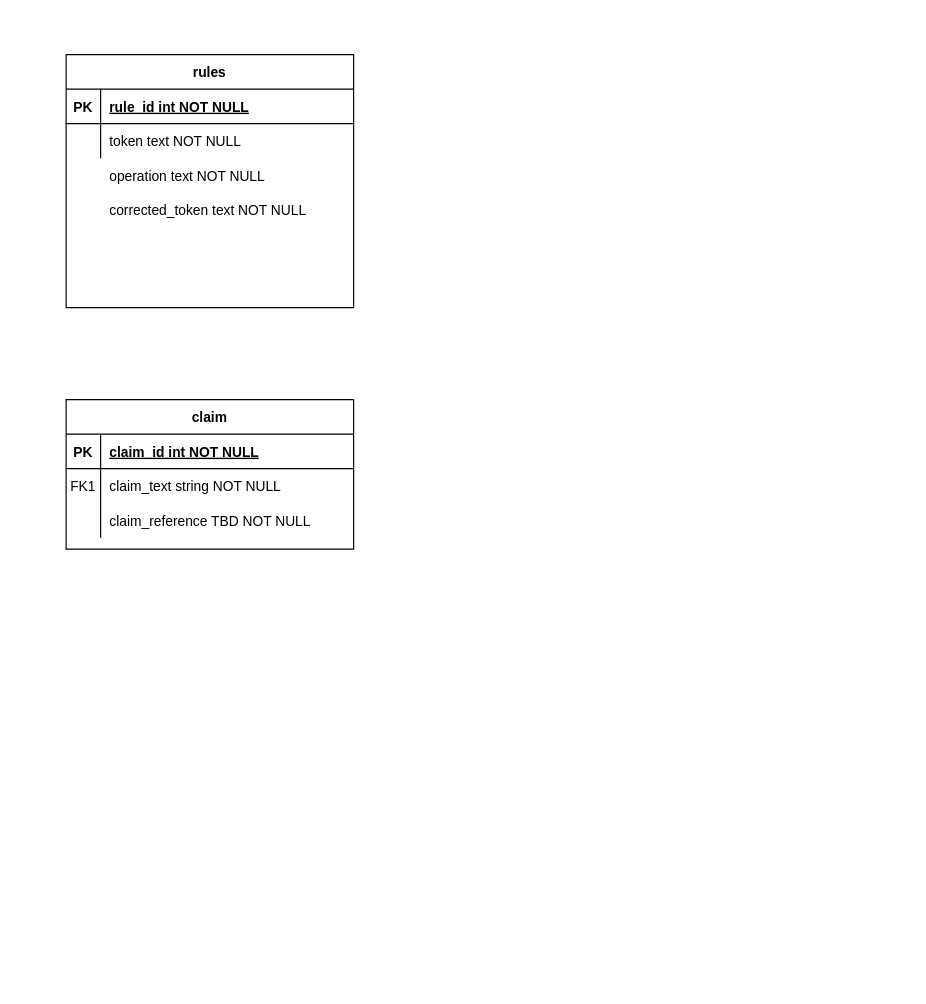
The draw.io diagram Untitled Diagram.drawio in jcraigobd/erd, before the edit. Source tidied: cells renumbered, new cells numbered last; positions are measured from the earlier drawing's top-left corner, leaving out a move shared by most shapes. Both pictures are drawn from the tidied source at 115%, with x=0, y=0 at pixel (66, 54).
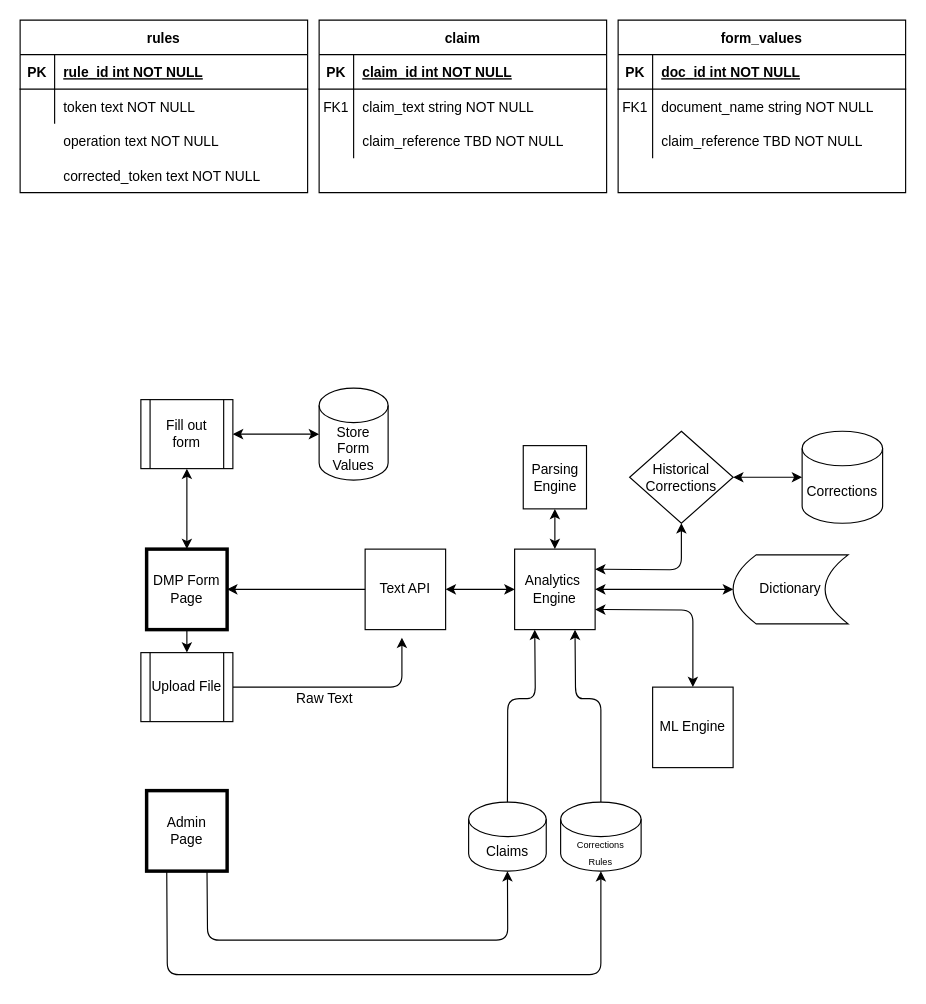
After the change.

The edit, as a diff of the source:
```diff
@@
     <mxCell id="2" value="claim" style="shape=table;startSize=30;childLayout=tableLayout;rowLines=0;fontStyle=1;align=center;" parent="1" vertex="1">
-      <mxGeometry y="300" width="250" height="130" as="geometry" />
+      <mxGeometry x="220" y="-30" width="250" height="150" as="geometry" />
     </mxCell>
@@
     <mxCell id="12" style="group;" parent="1" vertex="1">
-      <mxGeometry width="250" height="220" as="geometry" />
+      <mxGeometry x="-40" y="-30" width="250" height="220" as="geometry" />
     </mxCell>
     <mxCell id="13" value="rules" style="shape=table;startSize=30;childLayout=tableLayout;rowLines=0;fontStyle=1;align=center;" parent="12" vertex="1">
-      <mxGeometry width="250" height="220" as="geometry" />
+      <mxGeometry width="250" height="150" as="geometry" />
     </mxCell>
@@
+    <mxCell id="22" value="DMP Form Page" style="whiteSpace=wrap;html=1;strokeWidth=3;" parent="1" vertex="1">
+      <mxGeometry x="70" y="430" width="70" height="70" as="geometry" />
+    </mxCell>
+    <mxCell id="23" style="endArrow=classic;startArrow=classic;html=1;exitX=1;exitY=0.5;exitDx=0;exitDy=0;entryX=0;entryY=0.5;entryDx=0;entryDy=0;entryPerimeter=0;" parent="1" edge="1" source="41" target="24">
+      <mxGeometry relative="1" as="geometry" />
+    </mxCell>
+    <mxCell id="24" value="Store Form Values" style="shape=cylinder3;whiteSpace=wrap;html=1;boundedLbl=1;backgroundOutline=1;size=15;" parent="1" vertex="1">
+      <mxGeometry x="220" y="290" width="60" height="80" as="geometry" />
+    </mxCell>
+    <mxCell id="25" value="Admin&lt;br&gt;Page" style="whiteSpace=wrap;html=1;strokeWidth=3;" parent="1" vertex="1">
+      <mxGeometry x="70" y="640" width="70" height="70" as="geometry" />
+    </mxCell>
+    <mxCell id="26" value="&lt;font style=&quot;font-size: 8px&quot;&gt;Corrections&lt;br&gt;Rules&lt;/font&gt;" style="shape=cylinder3;whiteSpace=wrap;html=1;boundedLbl=1;backgroundOutline=1;size=15;" parent="1" vertex="1">
+      <mxGeometry x="430" y="650" width="70" height="60" as="geometry" />
+    </mxCell>
+    <mxCell id="27" style="endArrow=classic;html=1;exitX=1;exitY=0.5;exitDx=0;exitDy=0;entryX=0.457;entryY=1.1;entryDx=0;entryDy=0;entryPerimeter=0;" parent="1" edge="1" source="29" target="31">
+      <mxGeometry relative="1" as="geometry">
+        <Array as="points">
+          <mxPoint x="292" y="550" />
+        </Array>
+      </mxGeometry>
+    </mxCell>
+    <mxCell id="28" value="Dictionary" style="shape=dataStorage;whiteSpace=wrap;html=1;fixedSize=1;" parent="1" vertex="1">
+      <mxGeometry x="580" y="435" width="100" height="60" as="geometry" />
+    </mxCell>
+    <mxCell id="29" value="Upload File" style="shape=process;whiteSpace=wrap;html=1;backgroundOutline=1;" parent="1" vertex="1">
+      <mxGeometry x="65" y="520" width="80" height="60" as="geometry" />
+    </mxCell>
+    <mxCell id="30" value="Analytics&amp;nbsp;&lt;br&gt;Engine" style="whiteSpace=wrap;html=1;" parent="1" vertex="1">
+      <mxGeometry x="390" y="430" width="70" height="70" as="geometry" />
+    </mxCell>
+    <mxCell id="31" value="Text API" style="whiteSpace=wrap;html=1;" parent="1" vertex="1">
+      <mxGeometry x="260" y="430" width="70" height="70" as="geometry" />
+    </mxCell>
+    <mxCell id="32" value="Parsing&lt;br&gt;Engine" style="whiteSpace=wrap;html=1;" parent="1" vertex="1">
+      <mxGeometry x="397.5" y="340" width="55" height="55" as="geometry" />
+    </mxCell>
+    <mxCell id="33" style="endArrow=classic;startArrow=classic;html=1;entryX=0.5;entryY=1;entryDx=0;entryDy=0;exitX=0.5;exitY=0;exitDx=0;exitDy=0;" parent="1" edge="1" source="30" target="32">
+      <mxGeometry relative="1" as="geometry" />
+    </mxCell>
+    <mxCell id="34" style="endArrow=classic;html=1;exitX=0.5;exitY=0;exitDx=0;exitDy=0;exitPerimeter=0;entryX=0.75;entryY=1;entryDx=0;entryDy=0;" parent="1" edge="1" source="26" target="30">
+      <mxGeometry relative="1" as="geometry">
+        <Array as="points">
+          <mxPoint x="465" y="560" />
+          <mxPoint x="443" y="560" />
+        </Array>
+      </mxGeometry>
+    </mxCell>
+    <mxCell id="35" style="endArrow=classic;startArrow=classic;html=1;exitX=1;exitY=0.5;exitDx=0;exitDy=0;entryX=0;entryY=0.5;entryDx=0;entryDy=0;" parent="1" edge="1" source="30" target="28">
+      <mxGeometry relative="1" as="geometry" />
+    </mxCell>
+    <mxCell id="36" value="Corrections" style="shape=cylinder3;whiteSpace=wrap;html=1;boundedLbl=1;backgroundOutline=1;size=15;" parent="1" vertex="1">
+      <mxGeometry x="640" y="327.5" width="70" height="80" as="geometry" />
+    </mxCell>
+    <mxCell id="37" value="Historical&lt;br&gt;Corrections" style="rhombus;whiteSpace=wrap;html=1;" parent="1" vertex="1">
+      <mxGeometry x="490" y="327.5" width="90" height="80" as="geometry" />
+    </mxCell>
+    <mxCell id="38" style="endArrow=classic;startArrow=classic;html=1;exitX=1;exitY=0.25;exitDx=0;exitDy=0;entryX=0.5;entryY=1;entryDx=0;entryDy=0;" parent="1" edge="1" source="30" target="37">
+      <mxGeometry relative="1" as="geometry">
+        <Array as="points">
+          <mxPoint x="535" y="448" />
+        </Array>
+      </mxGeometry>
+    </mxCell>
+    <mxCell id="39" style="endArrow=classic;startArrow=classic;html=1;exitX=1;exitY=0.5;exitDx=0;exitDy=0;entryX=0;entryY=0.5;entryDx=0;entryDy=0;entryPerimeter=0;" parent="1" edge="1" source="37" target="36">
+      <mxGeometry relative="1" as="geometry" />
+    </mxCell>
+    <mxCell id="40" value="ML Engine" style="whiteSpace=wrap;html=1;" parent="1" vertex="1">
+      <mxGeometry x="510" y="550" width="70" height="70" as="geometry" />
+    </mxCell>
+    <mxCell id="41" value="Fill out&lt;br&gt;form" style="shape=process;whiteSpace=wrap;html=1;backgroundOutline=1;" parent="1" vertex="1">
+      <mxGeometry x="65" y="300" width="80" height="60" as="geometry" />
+    </mxCell>
+    <mxCell id="42" style="endArrow=classic;startArrow=classic;html=1;exitX=0.5;exitY=0;exitDx=0;exitDy=0;entryX=0.5;entryY=1;entryDx=0;entryDy=0;" parent="1" edge="1" source="22" target="41">
+      <mxGeometry relative="1" as="geometry" />
+    </mxCell>
+    <mxCell id="43" style="endArrow=classic;startArrow=classic;html=1;exitX=1;exitY=0.5;exitDx=0;exitDy=0;entryX=0;entryY=0.5;entryDx=0;entryDy=0;" parent="1" edge="1" source="31" target="30">
+      <mxGeometry relative="1" as="geometry" />
+    </mxCell>
+    <mxCell id="44" style="endArrow=classic;startArrow=classic;html=1;entryX=1;entryY=0.75;entryDx=0;entryDy=0;exitX=0.5;exitY=0;exitDx=0;exitDy=0;" parent="1" edge="1" source="40" target="30">
+      <mxGeometry relative="1" as="geometry">
+        <Array as="points">
+          <mxPoint x="545" y="483" />
+        </Array>
+      </mxGeometry>
+    </mxCell>
+    <mxCell id="45" value="Raw Text" style="text;html=1;strokeColor=none;fillColor=none;align=center;verticalAlign=middle;whiteSpace=wrap;rounded=0;" parent="1" vertex="1">
+      <mxGeometry x="190" y="550" width="70" height="20" as="geometry" />
+    </mxCell>
+    <mxCell id="46" style="endArrow=classic;html=1;entryX=0.5;entryY=0;entryDx=0;entryDy=0;exitX=0.5;exitY=1;exitDx=0;exitDy=0;" parent="1" edge="1" source="22" target="29">
+      <mxGeometry relative="1" as="geometry" />
+    </mxCell>
+    <mxCell id="47" style="endArrow=classic;html=1;entryX=1;entryY=0.5;entryDx=0;entryDy=0;exitX=0;exitY=0.5;exitDx=0;exitDy=0;" parent="1" edge="1" source="31" target="22">
+      <mxGeometry relative="1" as="geometry" />
+    </mxCell>
+    <mxCell id="48" value="Claims" style="shape=cylinder3;whiteSpace=wrap;html=1;boundedLbl=1;backgroundOutline=1;size=15;" parent="1" vertex="1">
+      <mxGeometry x="350" y="650" width="67.5" height="60" as="geometry" />
+    </mxCell>
+    <mxCell id="49" style="endArrow=classic;html=1;exitX=0.5;exitY=0;exitDx=0;exitDy=0;exitPerimeter=0;entryX=0.25;entryY=1;entryDx=0;entryDy=0;" parent="1" edge="1" source="48" target="30">
+      <mxGeometry relative="1" as="geometry">
+        <Array as="points">
+          <mxPoint x="384" y="560" />
+          <mxPoint x="408" y="560" />
+        </Array>
+      </mxGeometry>
+    </mxCell>
+    <mxCell id="50" style="endArrow=classic;html=1;exitX=0.75;exitY=1;exitDx=0;exitDy=0;entryX=0.5;entryY=1;entryDx=0;entryDy=0;entryPerimeter=0;" parent="1" edge="1" source="25" target="48">
+      <mxGeometry relative="1" as="geometry">
+        <Array as="points">
+          <mxPoint x="123" y="770" />
+          <mxPoint x="384" y="770" />
+        </Array>
+      </mxGeometry>
+    </mxCell>
+    <mxCell id="51" style="endArrow=classic;html=1;exitX=0.25;exitY=1;exitDx=0;exitDy=0;entryX=0.5;entryY=1;entryDx=0;entryDy=0;entryPerimeter=0;" parent="1" edge="1" source="25" target="26">
+      <mxGeometry relative="1" as="geometry">
+        <Array as="points">
+          <mxPoint x="88" y="800" />
+          <mxPoint x="465" y="800" />
+        </Array>
+      </mxGeometry>
+    </mxCell>
+    <mxCell id="52" value="form_values" style="shape=table;startSize=30;childLayout=tableLayout;rowLines=0;fontStyle=1;align=center;" parent="1" vertex="1">
+      <mxGeometry x="480" y="-30" width="250" height="150" as="geometry" />
+    </mxCell>
+    <mxCell id="53" style="shape=partialRectangle;fillColor=none;top=0;left=0;right=0;bottom=1;" parent="52" vertex="1">
+      <mxGeometry y="30" width="250" height="30" as="geometry" />
+    </mxCell>
+    <mxCell id="54" value="PK" style="shape=partialRectangle;overflow=hidden;fillColor=none;top=0;left=0;bottom=0;right=0;fontStyle=1;" parent="53" vertex="1">
+      <mxGeometry width="30" height="30" as="geometry" />
+    </mxCell>
+    <mxCell id="55" value="doc_id int NOT NULL " style="shape=partialRectangle;overflow=hidden;fillColor=none;top=0;left=0;bottom=0;right=0;align=left;spacingLeft=6;fontStyle=5;" parent="53" vertex="1">
+      <mxGeometry x="30" width="220" height="30" as="geometry" />
+    </mxCell>
+    <mxCell id="56" style="shape=partialRectangle;fillColor=none;top=0;left=0;right=0;bottom=0;" parent="52" vertex="1">
+      <mxGeometry y="60" width="250" height="30" as="geometry" />
+    </mxCell>
+    <mxCell id="57" value="FK1" style="shape=partialRectangle;overflow=hidden;fillColor=none;top=0;left=0;bottom=0;right=0;" parent="56" vertex="1">
+      <mxGeometry width="30" height="30" as="geometry" />
+    </mxCell>
+    <mxCell id="58" value="document_name string NOT NULL" style="shape=partialRectangle;overflow=hidden;fillColor=none;top=0;left=0;bottom=0;right=0;align=left;spacingLeft=6;" parent="56" vertex="1">
+      <mxGeometry x="30" width="220" height="30" as="geometry" />
+    </mxCell>
+    <mxCell id="59" style="shape=partialRectangle;fillColor=none;top=0;left=0;right=0;bottom=0;" parent="52" vertex="1">
+      <mxGeometry y="90" width="250" height="30" as="geometry" />
+    </mxCell>
+    <mxCell id="60" style="shape=partialRectangle;overflow=hidden;fillColor=none;top=0;left=0;bottom=0;right=0;" parent="59" vertex="1">
+      <mxGeometry width="30" height="30" as="geometry" />
+    </mxCell>
+    <mxCell id="61" value="claim_reference TBD NOT NULL" style="shape=partialRectangle;overflow=hidden;fillColor=none;top=0;left=0;bottom=0;right=0;align=left;spacingLeft=6;" parent="59" vertex="1">
+      <mxGeometry x="30" width="220" height="30" as="geometry" />
+    </mxCell>
```
